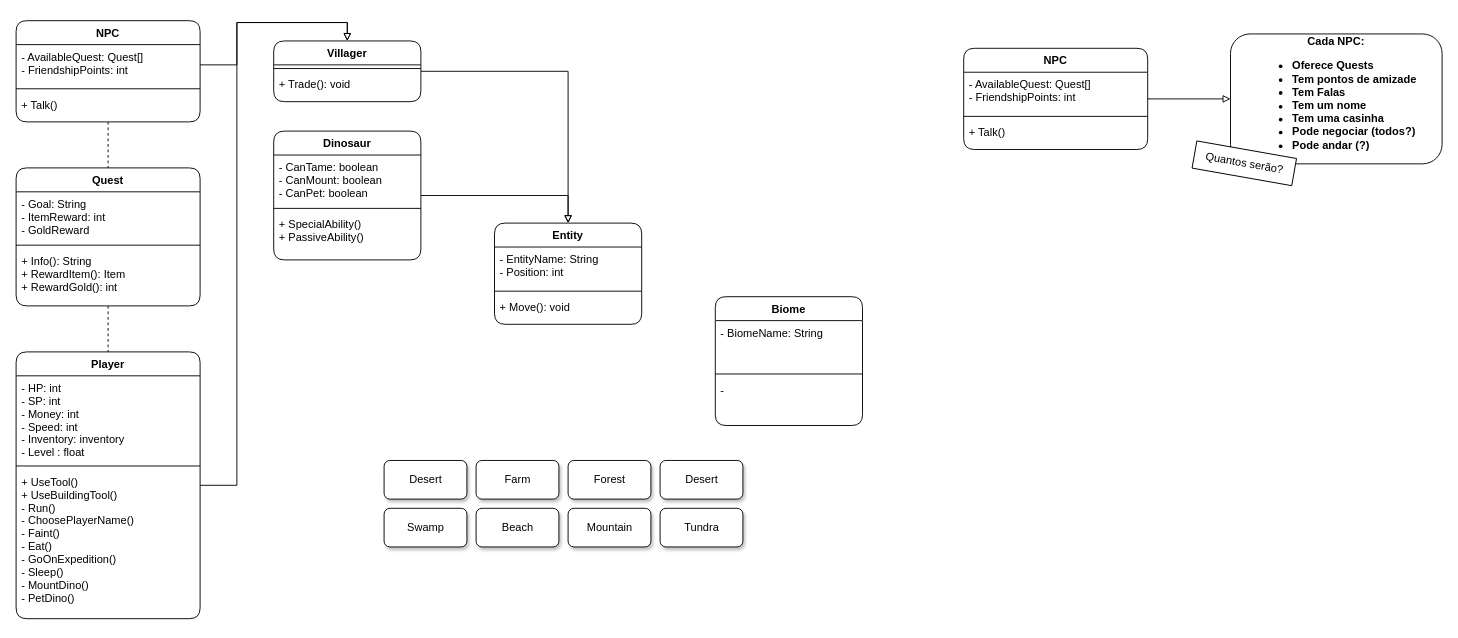
Earlier version of the draw.io diagram Diagrama sem nome.drawio (Yvestxt/FarmGameProject). Source tidied: cells renumbered, new cells numbered last; positions are measured from the earlier drawing's top-left corner, leaving out a move shared by most shapes. Both pictures are drawn from the tidied source at 92%, with x=0, y=0 at pixel (16, 20).
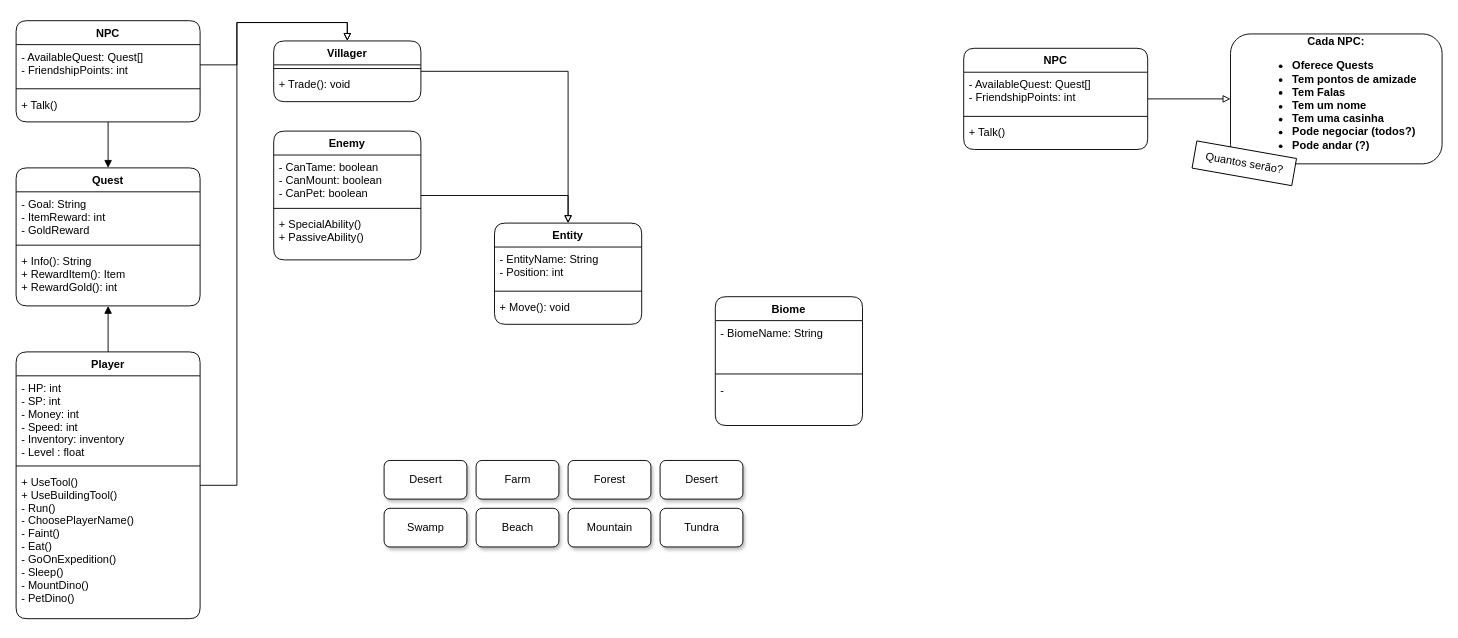
The same diagram, later.

The change refers to these unchanged cells:
```xml
<mxCell id="3" value="Player" style="swimlane;fontStyle=1;align=center;verticalAlign=top;horizontal=1;startSize=26;swimlaneFillColor=default;rounded=1;" parent="1" vertex="1">
  <mxGeometry y="360" width="200" height="290" as="geometry" />
</mxCell>
<mxCell id="17" value="NPC" style="swimlane;fontStyle=1;align=center;verticalAlign=top;horizontal=1;startSize=26;swimlaneFillColor=default;rounded=1;" parent="1" vertex="1">
  <mxGeometry width="200" height="110" as="geometry" />
</mxCell>
<mxCell id="26" value="Quest" style="swimlane;fontStyle=1;align=center;verticalAlign=top;horizontal=1;startSize=26;swimlaneFillColor=default;rounded=1;" parent="1" vertex="1">
  <mxGeometry y="160" width="200" height="150" as="geometry" />
</mxCell>
<mxCell id="29" value="+ Info(): String&#10;+ RewardItem(): Item&#10;+ RewardGold(): int" style="text;align=left;verticalAlign=top;spacingLeft=4;spacingRight=4;overflow=hidden;points=[[0,0.5],[1,0.5]];portConstraint=eastwest;" parent="26" vertex="1">
  <mxGeometry y="88" width="200" height="62" as="geometry" />
</mxCell>
```

Change to the diagram source:
```diff
@@
+    <mxCell id="50" style="edgeStyle=orthogonalEdgeStyle;rounded=0;jettySize=auto;html=1;exitX=0.5;exitY=0;exitDx=0;exitDy=0;entryX=0.5;entryY=1;entryDx=0;entryDy=0;entryPerimeter=0;endArrow=block;endFill=1;" parent="1" edge="1" source="3" target="29">
+      <mxGeometry relative="1" as="geometry" />
+    </mxCell>
@@
-    <mxCell id="12" value="Dinosaur" style="swimlane;fontStyle=1;align=center;verticalAlign=top;horizontal=1;startSize=26;swimlaneFillColor=default;rounded=1;" parent="1" vertex="1">
+    <mxCell id="12" value="Enemy" style="swimlane;fontStyle=1;align=center;verticalAlign=top;horizontal=1;startSize=26;swimlaneFillColor=default;rounded=1;" parent="1" vertex="1">
       <mxGeometry x="280" y="120" width="160" height="140" as="geometry" />
     </mxCell>
@@
-    <mxCell id="16" style="edgeStyle=orthogonalEdgeStyle;rounded=0;jettySize=auto;html=1;endArrow=none;endFill=0;dashed=1;" parent="1" edge="1" source="17" target="26">
+    <mxCell id="16" style="edgeStyle=orthogonalEdgeStyle;rounded=0;jettySize=auto;html=1;endArrow=block;endFill=1;" parent="1" edge="1" source="17" target="26">
       <mxGeometry relative="1" as="geometry" />
     </mxCell>
@@
-    <mxCell id="25" style="edgeStyle=orthogonalEdgeStyle;rounded=0;jettySize=auto;html=1;entryX=0.5;entryY=0;entryDx=0;entryDy=0;endArrow=none;endFill=0;dashed=1;" parent="1" edge="1" source="26" target="3">
-      <mxGeometry relative="1" as="geometry" />
-    </mxCell>
```
